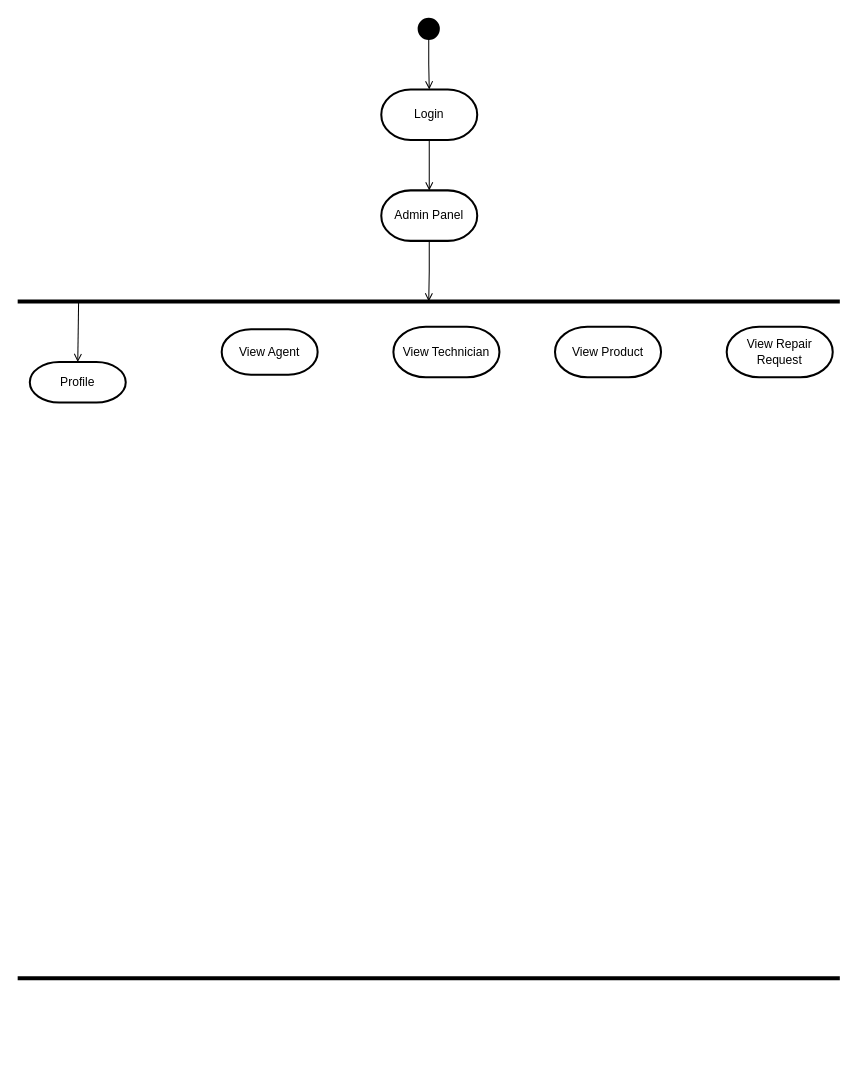
Before: Dragram drawio files/Activity Diagram.drawio in AssadujjamanTilok/Report_Repair, a draw.io diagram. Source tidied: cells renumbered, new cells numbered last; positions are measured from the earlier drawing's top-left corner, leaving out a move shared by most shapes. Both pictures are drawn from the tidied source at 101%, with x=0, y=0 at pixel (19, 18).
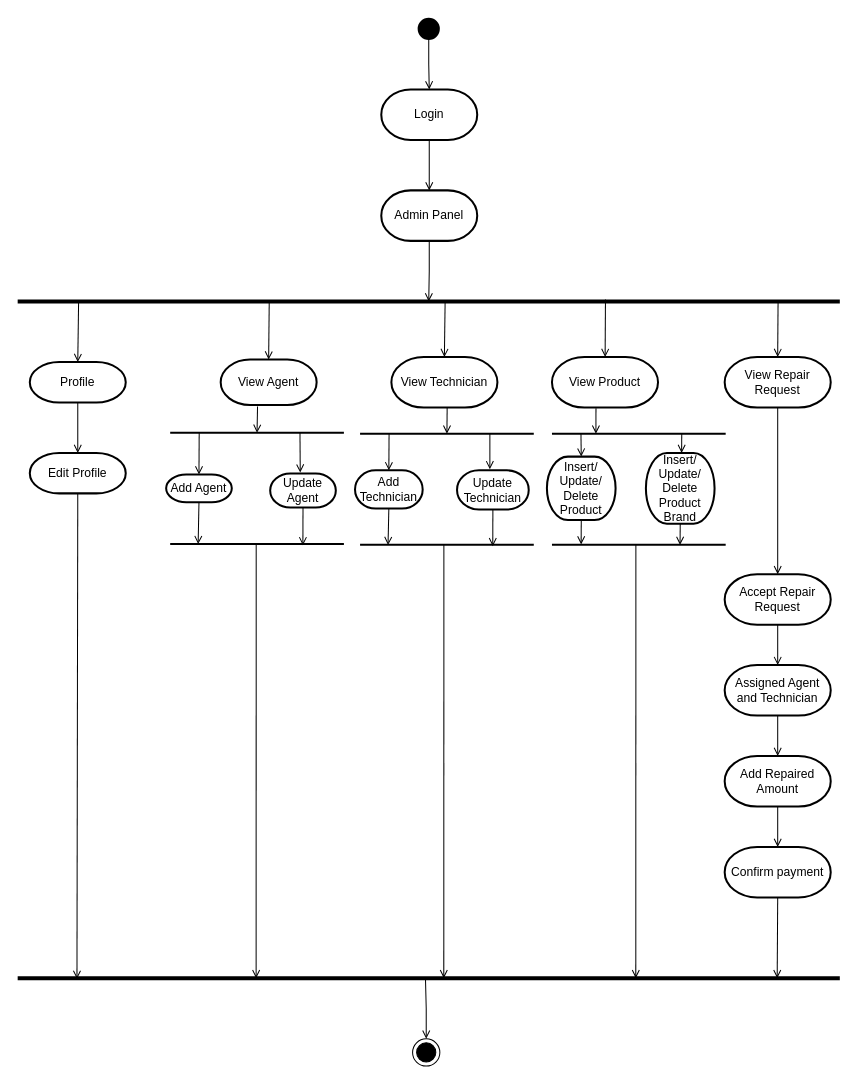
Above is the later version.

Commit message:
Admin Activity Diagram

Unchanged cells that the change refers to:
```xml
<mxCell id="8" style="shape=partialRectangle;whiteSpace=wrap;html=1;top=0;bottom=0;fillColor=none;direction=south;strokeWidth=4;" parent="1" vertex="1">
  <mxGeometry y="280" width="810" height="670" as="geometry" />
</mxCell>
<mxCell id="9" value="Profile" style="strokeWidth=2;html=1;shape=mxgraph.flowchart.terminator;whiteSpace=wrap;fillColor=#FFFFFF;" parent="1" vertex="1">
  <mxGeometry x="10" y="340" width="95" height="40" as="geometry" />
</mxCell>
```

What changed in the source:
```diff
@@
     <mxCell id="10" value="View Agent" style="strokeWidth=2;html=1;shape=mxgraph.flowchart.terminator;whiteSpace=wrap;fillColor=#FFFFFF;" parent="1" vertex="1">
-      <mxGeometry x="200" y="307.5" width="95" height="45" as="geometry" />
+      <mxGeometry x="199" y="337.5" width="95" height="45" as="geometry" />
     </mxCell>
     <mxCell id="11" value="View Technician" style="strokeWidth=2;html=1;shape=mxgraph.flowchart.terminator;whiteSpace=wrap;fillColor=#FFFFFF;" parent="1" vertex="1">
-      <mxGeometry x="370" y="305" width="105" height="50" as="geometry" />
+      <mxGeometry x="368" y="335" width="105" height="50" as="geometry" />
     </mxCell>
     <mxCell id="12" value="View Repair Request" style="strokeWidth=2;html=1;shape=mxgraph.flowchart.terminator;whiteSpace=wrap;fillColor=#FFFFFF;" parent="1" vertex="1">
-      <mxGeometry x="700" y="305" width="105" height="50" as="geometry" />
+      <mxGeometry x="698" y="335" width="105" height="50" as="geometry" />
     </mxCell>
     <mxCell id="13" value="View Product" style="strokeWidth=2;html=1;shape=mxgraph.flowchart.terminator;whiteSpace=wrap;fillColor=#FFFFFF;" parent="1" vertex="1">
-      <mxGeometry x="530" y="305" width="105" height="50" as="geometry" />
+      <mxGeometry x="527" y="335" width="105" height="50" as="geometry" />
     </mxCell>
@@
+    <mxCell id="15" value="Edit Profile" style="strokeWidth=2;html=1;shape=mxgraph.flowchart.terminator;whiteSpace=wrap;fillColor=#FFFFFF;" parent="1" vertex="1">
+      <mxGeometry x="10" y="430" width="95" height="40" as="geometry" />
+    </mxCell>
+    <mxCell id="16" style="endArrow=none;html=1;rounded=0;entryX=0.5;entryY=1;entryDx=0;entryDy=0;entryPerimeter=0;exitX=0.5;exitY=0;exitDx=0;exitDy=0;exitPerimeter=0;endFill=0;startArrow=open;startFill=0;" parent="1" edge="1" source="15" target="9">
+      <mxGeometry relative="1" as="geometry" />
+    </mxCell>
+    <mxCell id="17" style="endArrow=none;html=1;rounded=0;entryX=0.002;entryY=0.695;entryDx=0;entryDy=0;entryPerimeter=0;exitX=0.5;exitY=0;exitDx=0;exitDy=0;exitPerimeter=0;endFill=0;startArrow=open;startFill=0;" parent="1" edge="1" source="10" target="8">
+      <mxGeometry relative="1" as="geometry" />
+    </mxCell>
+    <mxCell id="18" style="endArrow=none;html=1;rounded=0;entryX=0.002;entryY=0.48;entryDx=0;entryDy=0;entryPerimeter=0;endFill=0;startArrow=open;startFill=0;exitX=0.5;exitY=0;exitDx=0;exitDy=0;exitPerimeter=0;" parent="1" edge="1" source="11" target="8">
+      <mxGeometry relative="1" as="geometry" />
+    </mxCell>
+    <mxCell id="19" style="endArrow=none;html=1;rounded=0;entryX=-0.003;entryY=0.284;entryDx=0;entryDy=0;entryPerimeter=0;endFill=0;startArrow=open;startFill=0;" parent="1" edge="1" source="13" target="8">
+      <mxGeometry relative="1" as="geometry" />
+    </mxCell>
+    <mxCell id="20" style="endArrow=none;html=1;rounded=0;entryX=-0.001;entryY=0.073;entryDx=0;entryDy=0;entryPerimeter=0;endFill=0;startArrow=open;startFill=0;exitX=0.5;exitY=0;exitDx=0;exitDy=0;exitPerimeter=0;" parent="1" edge="1" source="12" target="8">
+      <mxGeometry relative="1" as="geometry" />
+    </mxCell>
+    <mxCell id="21" style="shape=partialRectangle;whiteSpace=wrap;html=1;top=0;bottom=0;fillColor=none;direction=south;strokeWidth=2;" parent="1" vertex="1">
+      <mxGeometry x="150" y="410" width="170" height="110" as="geometry" />
+    </mxCell>
+    <mxCell id="22" value="Add Agent" style="strokeWidth=2;html=1;shape=mxgraph.flowchart.terminator;whiteSpace=wrap;fillColor=#FFFFFF;" parent="1" vertex="1">
+      <mxGeometry x="145" y="451.3" width="65" height="27.4" as="geometry" />
+    </mxCell>
+    <mxCell id="23" value="Update Agent" style="strokeWidth=2;html=1;shape=mxgraph.flowchart.terminator;whiteSpace=wrap;fillColor=#FFFFFF;" parent="1" vertex="1">
+      <mxGeometry x="248" y="450.3" width="65" height="33.7" as="geometry" />
+    </mxCell>
+    <mxCell id="24" style="endArrow=none;html=1;rounded=0;entryX=0.384;entryY=1.035;entryDx=0;entryDy=0;entryPerimeter=0;exitX=0;exitY=0.5;exitDx=0;exitDy=0;endFill=0;startArrow=open;startFill=0;" parent="1" edge="1" source="21" target="10">
+      <mxGeometry relative="1" as="geometry" />
+    </mxCell>
+    <mxCell id="25" style="endArrow=none;html=1;rounded=0;entryX=0.002;entryY=0.837;entryDx=0;entryDy=0;entryPerimeter=0;exitX=0.5;exitY=0;exitDx=0;exitDy=0;endFill=0;startArrow=open;startFill=0;exitPerimeter=0;" parent="1" edge="1" source="22" target="21">
+      <mxGeometry relative="1" as="geometry" />
+    </mxCell>
+    <mxCell id="26" style="endArrow=none;html=1;rounded=0;exitX=0.458;exitY=-0.027;exitDx=0;exitDy=0;endFill=0;startArrow=open;startFill=0;exitPerimeter=0;entryX=0;entryY=0.25;entryDx=0;entryDy=0;" parent="1" edge="1" source="23" target="21">
+      <mxGeometry relative="1" as="geometry" />
+    </mxCell>
+    <mxCell id="27" style="endArrow=none;html=1;rounded=0;entryX=0.5;entryY=1;entryDx=0;entryDy=0;entryPerimeter=0;exitX=1.002;exitY=0.843;exitDx=0;exitDy=0;endFill=0;startArrow=open;startFill=0;exitPerimeter=0;" parent="1" edge="1" source="21" target="22">
+      <mxGeometry relative="1" as="geometry" />
+    </mxCell>
+    <mxCell id="28" style="endArrow=none;html=1;rounded=0;entryX=0.5;entryY=1;entryDx=0;entryDy=0;entryPerimeter=0;exitX=1.013;exitY=0.233;exitDx=0;exitDy=0;endFill=0;startArrow=open;startFill=0;exitPerimeter=0;" parent="1" edge="1" source="21" target="23">
+      <mxGeometry relative="1" as="geometry" />
+    </mxCell>
+    <mxCell id="29" style="shape=partialRectangle;whiteSpace=wrap;html=1;top=0;bottom=0;fillColor=none;direction=south;strokeWidth=2;" parent="1" vertex="1">
+      <mxGeometry x="338" y="410.9" width="170" height="110" as="geometry" />
+    </mxCell>
+    <mxCell id="30" value="Add Technician" style="strokeWidth=2;html=1;shape=mxgraph.flowchart.terminator;whiteSpace=wrap;fillColor=#FFFFFF;" parent="1" vertex="1">
+      <mxGeometry x="332" y="447.2" width="67" height="37.8" as="geometry" />
+    </mxCell>
+    <mxCell id="31" value="Update Technician" style="strokeWidth=2;html=1;shape=mxgraph.flowchart.terminator;whiteSpace=wrap;fillColor=#FFFFFF;" parent="1" vertex="1">
+      <mxGeometry x="433" y="447.2" width="71" height="38.8" as="geometry" />
+    </mxCell>
+    <mxCell id="32" style="endArrow=none;html=1;rounded=0;exitX=0;exitY=0.5;exitDx=0;exitDy=0;endFill=0;startArrow=open;startFill=0;entryX=0.526;entryY=1.001;entryDx=0;entryDy=0;entryPerimeter=0;" parent="1" edge="1" source="29" target="11">
+      <mxGeometry relative="1" as="geometry" />
+    </mxCell>
+    <mxCell id="33" style="endArrow=none;html=1;rounded=0;entryX=0.002;entryY=0.837;entryDx=0;entryDy=0;entryPerimeter=0;exitX=0.5;exitY=0;exitDx=0;exitDy=0;endFill=0;startArrow=open;startFill=0;exitPerimeter=0;" parent="1" edge="1" source="30" target="29">
+      <mxGeometry relative="1" as="geometry" />
+    </mxCell>
+    <mxCell id="34" style="endArrow=none;html=1;rounded=0;exitX=0.458;exitY=-0.027;exitDx=0;exitDy=0;endFill=0;startArrow=open;startFill=0;exitPerimeter=0;entryX=0;entryY=0.25;entryDx=0;entryDy=0;" parent="1" edge="1" source="31" target="29">
+      <mxGeometry relative="1" as="geometry" />
+    </mxCell>
+    <mxCell id="35" style="endArrow=none;html=1;rounded=0;entryX=0.5;entryY=1;entryDx=0;entryDy=0;entryPerimeter=0;exitX=1.002;exitY=0.843;exitDx=0;exitDy=0;endFill=0;startArrow=open;startFill=0;exitPerimeter=0;" parent="1" edge="1" source="29" target="30">
+      <mxGeometry relative="1" as="geometry" />
+    </mxCell>
+    <mxCell id="36" style="endArrow=none;html=1;rounded=0;entryX=0.5;entryY=1;entryDx=0;entryDy=0;entryPerimeter=0;exitX=1.013;exitY=0.233;exitDx=0;exitDy=0;endFill=0;startArrow=open;startFill=0;exitPerimeter=0;" parent="1" edge="1" source="29" target="31">
+      <mxGeometry relative="1" as="geometry" />
+    </mxCell>
+    <mxCell id="37" style="shape=partialRectangle;whiteSpace=wrap;html=1;top=0;bottom=0;fillColor=none;direction=south;strokeWidth=2;" parent="1" vertex="1">
+      <mxGeometry x="528" y="410.9" width="170" height="110" as="geometry" />
+    </mxCell>
+    <mxCell id="38" value="Insert/ Update/ Delete Product" style="strokeWidth=2;html=1;shape=mxgraph.flowchart.terminator;whiteSpace=wrap;fillColor=#FFFFFF;" parent="1" vertex="1">
+      <mxGeometry x="522" y="433.6" width="68" height="62.8" as="geometry" />
+    </mxCell>
+    <mxCell id="39" style="endArrow=none;html=1;rounded=0;exitX=0;exitY=0.75;exitDx=0;exitDy=0;endFill=0;startArrow=open;startFill=0;entryX=0.415;entryY=1.016;entryDx=0;entryDy=0;entryPerimeter=0;" parent="1" edge="1" source="37" target="13">
+      <mxGeometry relative="1" as="geometry" />
+    </mxCell>
+    <mxCell id="40" style="endArrow=none;html=1;rounded=0;entryX=0.002;entryY=0.837;entryDx=0;entryDy=0;entryPerimeter=0;exitX=0.5;exitY=0;exitDx=0;exitDy=0;endFill=0;startArrow=open;startFill=0;exitPerimeter=0;" parent="1" edge="1" source="38" target="37">
+      <mxGeometry relative="1" as="geometry" />
+    </mxCell>
+    <mxCell id="41" style="endArrow=none;html=1;rounded=0;endFill=0;startArrow=open;startFill=0;entryX=0;entryY=0.25;entryDx=0;entryDy=0;exitX=0.52;exitY=0;exitDx=0;exitDy=0;exitPerimeter=0;" parent="1" edge="1" source="44" target="37">
+      <mxGeometry relative="1" as="geometry" />
+    </mxCell>
+    <mxCell id="42" style="endArrow=none;html=1;rounded=0;entryX=0.5;entryY=1;entryDx=0;entryDy=0;entryPerimeter=0;exitX=0.997;exitY=0.836;exitDx=0;exitDy=0;endFill=0;startArrow=open;startFill=0;exitPerimeter=0;" parent="1" edge="1" source="37" target="38">
+      <mxGeometry relative="1" as="geometry" />
+    </mxCell>
+    <mxCell id="43" style="endArrow=none;html=1;rounded=0;entryX=0.5;entryY=1;entryDx=0;entryDy=0;entryPerimeter=0;exitX=1.001;exitY=0.26;exitDx=0;exitDy=0;endFill=0;startArrow=open;startFill=0;exitPerimeter=0;" parent="1" edge="1" source="37" target="44">
+      <mxGeometry relative="1" as="geometry" />
+    </mxCell>
+    <mxCell id="44" value="Insert/ Update/ Delete Product Brand" style="strokeWidth=2;html=1;shape=mxgraph.flowchart.terminator;whiteSpace=wrap;fillColor=#FFFFFF;" parent="1" vertex="1">
+      <mxGeometry x="620" y="430" width="68" height="70" as="geometry" />
+    </mxCell>
+    <mxCell id="45" value="Accept Repair Request" style="strokeWidth=2;html=1;shape=mxgraph.flowchart.terminator;whiteSpace=wrap;fillColor=#FFFFFF;" parent="1" vertex="1">
+      <mxGeometry x="698" y="550" width="105" height="50" as="geometry" />
+    </mxCell>
+    <mxCell id="46" style="endArrow=none;html=1;rounded=0;entryX=0.5;entryY=1;entryDx=0;entryDy=0;entryPerimeter=0;endFill=0;startArrow=open;startFill=0;exitX=0.5;exitY=0;exitDx=0;exitDy=0;exitPerimeter=0;" parent="1" edge="1" source="45" target="12">
+      <mxGeometry relative="1" as="geometry" />
+    </mxCell>
+    <mxCell id="47" value="Assigned Agent and Technician" style="strokeWidth=2;html=1;shape=mxgraph.flowchart.terminator;whiteSpace=wrap;fillColor=#FFFFFF;" parent="1" vertex="1">
+      <mxGeometry x="698" y="640" width="105" height="50" as="geometry" />
+    </mxCell>
+    <mxCell id="48" style="endArrow=none;html=1;rounded=0;entryX=0.5;entryY=1;entryDx=0;entryDy=0;entryPerimeter=0;endFill=0;startArrow=open;startFill=0;" parent="1" edge="1" source="47" target="45">
+      <mxGeometry relative="1" as="geometry" />
+    </mxCell>
+    <mxCell id="49" value="Add Repaired Amount" style="strokeWidth=2;html=1;shape=mxgraph.flowchart.terminator;whiteSpace=wrap;fillColor=#FFFFFF;" parent="1" vertex="1">
+      <mxGeometry x="698" y="730" width="105" height="50" as="geometry" />
+    </mxCell>
+    <mxCell id="50" style="endArrow=none;html=1;rounded=0;endFill=0;startArrow=open;startFill=0;entryX=0.5;entryY=1;entryDx=0;entryDy=0;entryPerimeter=0;exitX=0.5;exitY=0;exitDx=0;exitDy=0;exitPerimeter=0;" parent="1" edge="1" source="49" target="47">
+      <mxGeometry relative="1" as="geometry" />
+    </mxCell>
+    <mxCell id="51" value="Confirm payment" style="strokeWidth=2;html=1;shape=mxgraph.flowchart.terminator;whiteSpace=wrap;fillColor=#FFFFFF;" parent="1" vertex="1">
+      <mxGeometry x="698" y="820" width="105" height="50" as="geometry" />
+    </mxCell>
+    <mxCell id="52" style="endArrow=none;html=1;rounded=0;endFill=0;startArrow=open;startFill=0;exitX=0.5;exitY=0;exitDx=0;exitDy=0;exitPerimeter=0;entryX=0.5;entryY=1;entryDx=0;entryDy=0;entryPerimeter=0;" parent="1" edge="1" source="51" target="49">
+      <mxGeometry relative="1" as="geometry" />
+    </mxCell>
+    <mxCell id="53" style="endArrow=none;html=1;rounded=0;endFill=0;startArrow=open;startFill=0;exitX=1;exitY=0.711;exitDx=0;exitDy=0;exitPerimeter=0;entryX=1.01;entryY=0.505;entryDx=0;entryDy=0;entryPerimeter=0;" parent="1" edge="1" source="8" target="21">
+      <mxGeometry relative="1" as="geometry" />
+    </mxCell>
+    <mxCell id="54" style="endArrow=none;html=1;rounded=0;endFill=0;startArrow=open;startFill=0;exitX=1;exitY=0.711;exitDx=0;exitDy=0;exitPerimeter=0;entryX=1.01;entryY=0.505;entryDx=0;entryDy=0;entryPerimeter=0;" parent="1" edge="1">
+      <mxGeometry relative="1" as="geometry">
+        <mxPoint x="419.9" y="950" as="sourcePoint" />
+        <mxPoint x="420" y="521.1" as="targetPoint" />
+      </mxGeometry>
+    </mxCell>
+    <mxCell id="55" style="endArrow=none;html=1;rounded=0;endFill=0;startArrow=open;startFill=0;exitX=1;exitY=0.711;exitDx=0;exitDy=0;exitPerimeter=0;entryX=1.01;entryY=0.505;entryDx=0;entryDy=0;entryPerimeter=0;" parent="1" edge="1">
+      <mxGeometry relative="1" as="geometry">
+        <mxPoint x="610" y="950" as="sourcePoint" />
+        <mxPoint x="610.1" y="521.1" as="targetPoint" />
+      </mxGeometry>
+    </mxCell>
+    <mxCell id="56" style="endArrow=none;html=1;rounded=0;endFill=0;startArrow=open;startFill=0;entryX=0.5;entryY=1;entryDx=0;entryDy=0;entryPerimeter=0;" parent="1" edge="1" target="51">
+      <mxGeometry relative="1" as="geometry">
+        <mxPoint x="750" y="950" as="sourcePoint" />
+      </mxGeometry>
+    </mxCell>
+    <mxCell id="57" style="endArrow=none;html=1;rounded=0;endFill=0;startArrow=open;startFill=0;exitX=1.001;exitY=0.93;exitDx=0;exitDy=0;exitPerimeter=0;entryX=0.5;entryY=1;entryDx=0;entryDy=0;entryPerimeter=0;" parent="1" edge="1" source="8" target="15">
+      <mxGeometry relative="1" as="geometry" />
+    </mxCell>
+    <mxCell id="58" style="edgeStyle=orthogonalEdgeStyle;rounded=0;jettySize=auto;html=1;entryX=1;entryY=0.504;entryDx=0;entryDy=0;entryPerimeter=0;endArrow=none;endFill=0;startArrow=open;startFill=0;" parent="1" edge="1" source="59" target="8">
+      <mxGeometry relative="1" as="geometry" />
+    </mxCell>
+    <mxCell id="59" style="ellipse;html=1;shape=endState;fillColor=#000000;strokeColor=#000000;" parent="1" vertex="1">
+      <mxGeometry x="389" y="1010" width="27" height="27" as="geometry" />
+    </mxCell>
```
